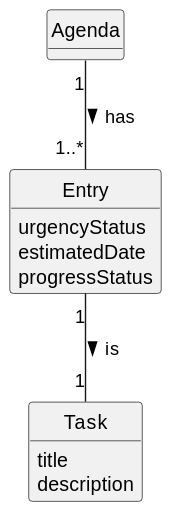
ricardomm7/leaflink keeps this PlantUML diagram as docs/sprintC/us025/02.analysis/svg/us025-domain-model.svg. Above is the earlier version. The source it was exported from:
```plantuml
@startuml
skinparam monochrome true
skinparam packageStyle rectangle
skinparam shadowing false


skinparam classAttributeIconSize 0

hide circle
hide methods



class Entry {
    urgencyStatus
    estimatedDate
    progressStatus

}


class Task {
    title
    description

}

class Agenda{
}





Agenda "1" -- "1..*" Entry: has >

Entry "1" -- "1" Task: is >
@enduml
```
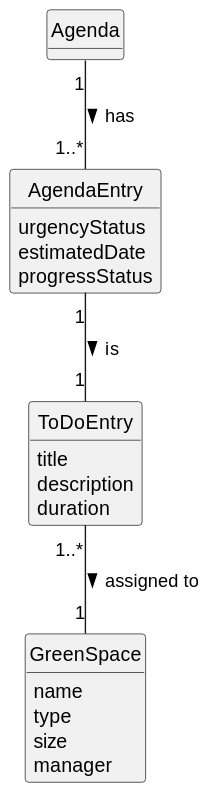
Above is the later version.

The edit, as a diff of the source:
```diff
@@ -11,7 +11,7 @@
 
 
 
-class Entry {
+class AgendaEntry {
     urgencyStatus
     estimatedDate
     progressStatus
@@ -19,20 +19,26 @@
 }
 
 
-class Task {
+class ToDoEntry {
     title
     description
+    duration
 
 }
 
 class Agenda{
 }
 
+class GreenSpace{
+name
+type
+size
+manager
 
+}
+Agenda "1" -- "1..*" AgendaEntry: has >
 
+AgendaEntry "1" -- "1" ToDoEntry: is >
 
-
-Agenda "1" -- "1..*" Entry: has >
-
-Entry "1" -- "1" Task: is >
+ToDoEntry "1..*" -- "1" GreenSpace: assigned to >
 @enduml
```
